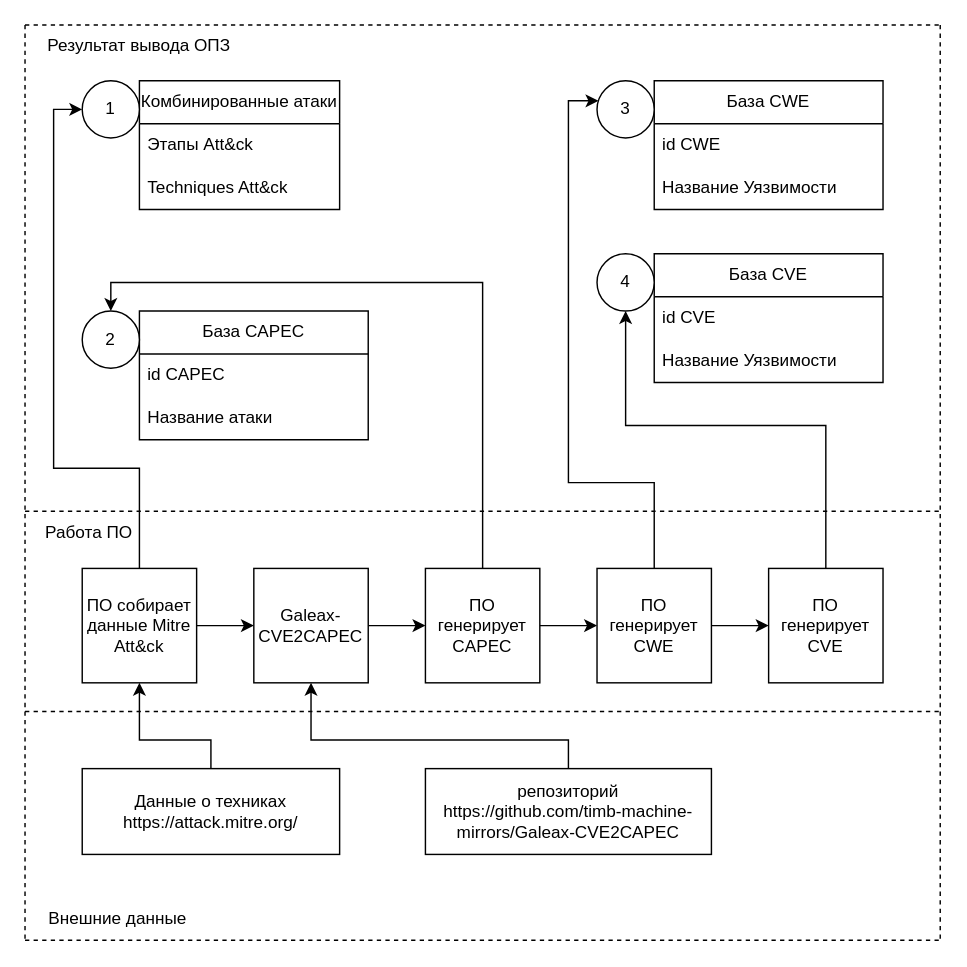
This is New_Shema_OPZ/(Обновленная схема ОПЗ) Входные данные.drawio from SmirnovBogdan8/Diplom, a draw.io file, before an edit. Source tidied: cells renumbered, new cells numbered last; positions are measured from the earlier drawing's top-left corner, leaving out a move shared by most shapes. Both pictures are drawn from the tidied source at 143%, with x=0, y=0 at pixel (24, 24).
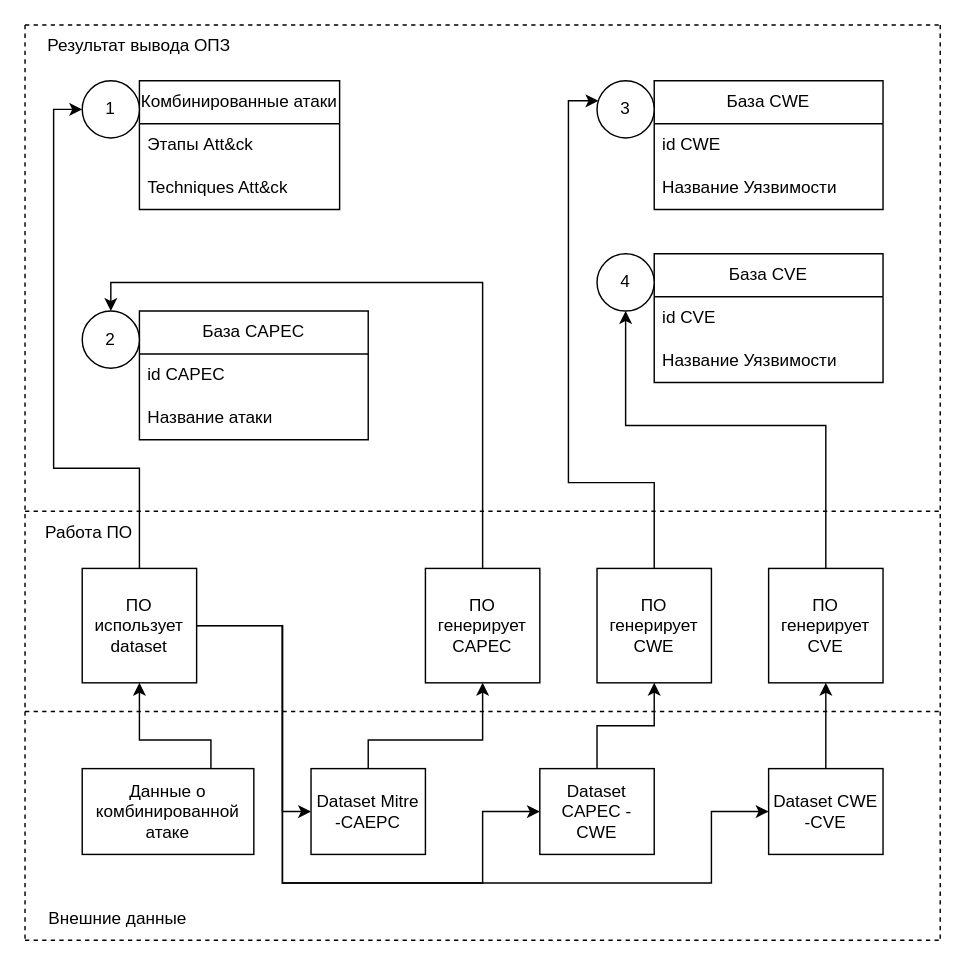
Above is the later version.

The change refers to these unchanged cells:
```xml
<mxCell id="16" value="ПО генерирует CAPEC" style="whiteSpace=wrap;html=1;" parent="1" vertex="1">
  <mxGeometry x="280" y="380" width="80" height="80" as="geometry" />
</mxCell>
<mxCell id="24" value="ПО генерирует&lt;div&gt;CWE&lt;/div&gt;" style="whiteSpace=wrap;html=1;" parent="1" vertex="1">
  <mxGeometry x="400" y="380" width="80" height="80" as="geometry" />
</mxCell>
<mxCell id="26" value="ПО генерирует&lt;div&gt;CVE&lt;/div&gt;" style="whiteSpace=wrap;html=1;" parent="1" vertex="1">
  <mxGeometry x="520" y="380" width="80" height="80" as="geometry" />
</mxCell>
```

The edit, as a diff of the source:
```diff
@@
-    <mxCell id="14" style="edgeStyle=orthogonalEdgeStyle;rounded=0;jettySize=auto;html=1;" parent="1" edge="1" source="16" target="24">
-      <mxGeometry relative="1" as="geometry" />
-    </mxCell>
@@
-    <mxCell id="23" style="edgeStyle=orthogonalEdgeStyle;rounded=0;jettySize=auto;html=1;" parent="1" edge="1" source="24" target="26">
-      <mxGeometry relative="1" as="geometry" />
-    </mxCell>
@@
-    <mxCell id="29" style="edgeStyle=orthogonalEdgeStyle;rounded=0;jettySize=auto;html=1;" parent="1" edge="1" source="31" target="40">
-      <mxGeometry relative="1" as="geometry" />
-    </mxCell>
@@
+    <mxCell id="44" style="edgeStyle=orthogonalEdgeStyle;rounded=0;jettySize=auto;html=1;exitX=1;exitY=0.5;exitDx=0;exitDy=0;entryX=0;entryY=0.5;entryDx=0;entryDy=0;" parent="1" edge="1" source="31" target="43">
+      <mxGeometry relative="1" as="geometry">
+        <Array as="points">
+          <mxPoint x="180" y="420" />
+          <mxPoint x="180" y="550" />
+        </Array>
+      </mxGeometry>
+    </mxCell>
+    <mxCell id="45" style="edgeStyle=orthogonalEdgeStyle;rounded=0;jettySize=auto;html=1;exitX=1;exitY=0.5;exitDx=0;exitDy=0;entryX=0;entryY=0.5;entryDx=0;entryDy=0;" parent="1" edge="1" source="31" target="49">
+      <mxGeometry relative="1" as="geometry">
+        <Array as="points">
+          <mxPoint x="180" y="420" />
+          <mxPoint x="180" y="600" />
+          <mxPoint x="320" y="600" />
+          <mxPoint x="320" y="550" />
+        </Array>
+      </mxGeometry>
+    </mxCell>
+    <mxCell id="46" style="edgeStyle=orthogonalEdgeStyle;rounded=0;jettySize=auto;html=1;exitX=1;exitY=0.5;exitDx=0;exitDy=0;entryX=0;entryY=0.5;entryDx=0;entryDy=0;" parent="1" edge="1" source="31" target="51">
+      <mxGeometry relative="1" as="geometry">
+        <Array as="points">
+          <mxPoint x="180" y="420" />
+          <mxPoint x="180" y="600" />
+          <mxPoint x="480" y="600" />
+          <mxPoint x="480" y="550" />
+        </Array>
+      </mxGeometry>
+    </mxCell>
-    <mxCell id="31" value="ПО собирает данные Mitre Att&amp;amp;ck" style="whiteSpace=wrap;html=1;" parent="1" vertex="1">
+    <mxCell id="31" value="ПО использует dataset" style="whiteSpace=wrap;html=1;" parent="1" vertex="1">
       <mxGeometry x="40" y="380" width="80" height="80" as="geometry" />
     </mxCell>
@@
-    <mxCell id="33" value="Данные о техниках&lt;br&gt;https://attack.mitre.org/" style="rounded=0;whiteSpace=wrap;html=1;" parent="1" vertex="1">
-      <mxGeometry x="40" y="520" width="180" height="60" as="geometry" />
+    <mxCell id="33" value="Данные о комбинированной атаке" style="rounded=0;whiteSpace=wrap;html=1;" parent="1" vertex="1">
+      <mxGeometry x="40" y="520" width="120" height="60" as="geometry" />
     </mxCell>
@@
-    <mxCell id="39" style="edgeStyle=orthogonalEdgeStyle;rounded=0;jettySize=auto;html=1;" parent="1" edge="1" source="40" target="16">
-      <mxGeometry relative="1" as="geometry" />
-    </mxCell>
-    <mxCell id="40" value="&lt;div&gt;Galeax-CVE2CAPEC&lt;/div&gt;" style="whiteSpace=wrap;html=1;" parent="1" vertex="1">
-      <mxGeometry x="160" y="380" width="80" height="80" as="geometry" />
-    </mxCell>
@@
-    <mxCell id="42" style="edgeStyle=orthogonalEdgeStyle;rounded=0;jettySize=auto;html=1;entryX=0.5;entryY=1;entryDx=0;entryDy=0;" parent="1" edge="1" source="43" target="40">
-      <mxGeometry relative="1" as="geometry">
-        <Array as="points">
-          <mxPoint x="380" y="500" />
-          <mxPoint x="200" y="500" />
-        </Array>
-      </mxGeometry>
-    </mxCell>
+    <mxCell id="47" style="edgeStyle=orthogonalEdgeStyle;rounded=0;jettySize=auto;html=1;entryX=0.5;entryY=1;entryDx=0;entryDy=0;" parent="1" edge="1" source="43" target="16">
+      <mxGeometry relative="1" as="geometry">
+        <Array as="points">
+          <mxPoint x="240" y="500" />
+          <mxPoint x="320" y="500" />
+        </Array>
+      </mxGeometry>
+    </mxCell>
-    <mxCell id="43" value="репозиторий&lt;br&gt;https://github.com/timb-machine-mirrors/Galeax-CVE2CAPEC" style="rounded=0;whiteSpace=wrap;html=1;" parent="1" vertex="1">
-      <mxGeometry x="280" y="520" width="200" height="60" as="geometry" />
+    <mxCell id="43" value="Dataset Mitre -CAEPC" style="rounded=0;whiteSpace=wrap;html=1;" parent="1" vertex="1">
+      <mxGeometry x="200" y="520" width="80" height="60" as="geometry" />
     </mxCell>
+    <mxCell id="48" style="edgeStyle=orthogonalEdgeStyle;rounded=0;jettySize=auto;html=1;exitX=0.5;exitY=0;exitDx=0;exitDy=0;entryX=0.5;entryY=1;entryDx=0;entryDy=0;" parent="1" edge="1" source="49" target="24">
+      <mxGeometry relative="1" as="geometry" />
+    </mxCell>
+    <mxCell id="49" value="Dataset CAPEC - CWE" style="rounded=0;whiteSpace=wrap;html=1;" parent="1" vertex="1">
+      <mxGeometry x="360" y="520" width="80" height="60" as="geometry" />
+    </mxCell>
+    <mxCell id="50" style="edgeStyle=orthogonalEdgeStyle;rounded=0;jettySize=auto;html=1;" parent="1" edge="1" source="51" target="26">
+      <mxGeometry relative="1" as="geometry" />
+    </mxCell>
+    <mxCell id="51" value="Dataset CWE -CVE" style="rounded=0;whiteSpace=wrap;html=1;" parent="1" vertex="1">
+      <mxGeometry x="520" y="520" width="80" height="60" as="geometry" />
+    </mxCell>
```
